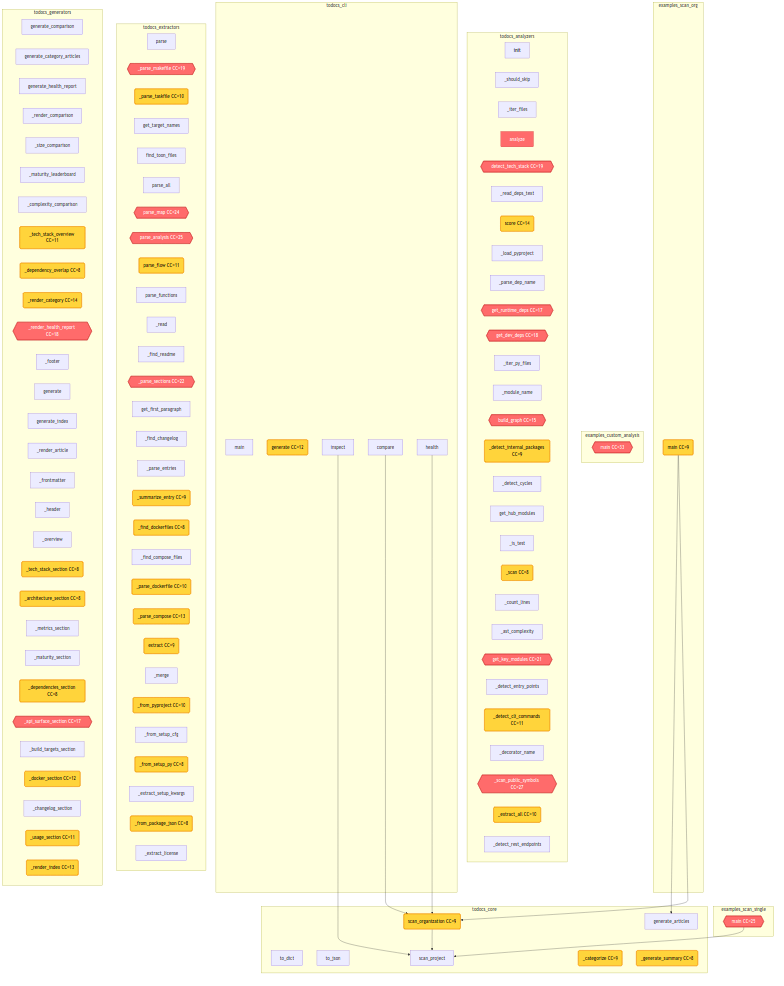
Before: project/flow.png, a diagram exported from Mermaid (wronai/todocs). Its source is kept beside it as project/flow.mmd.
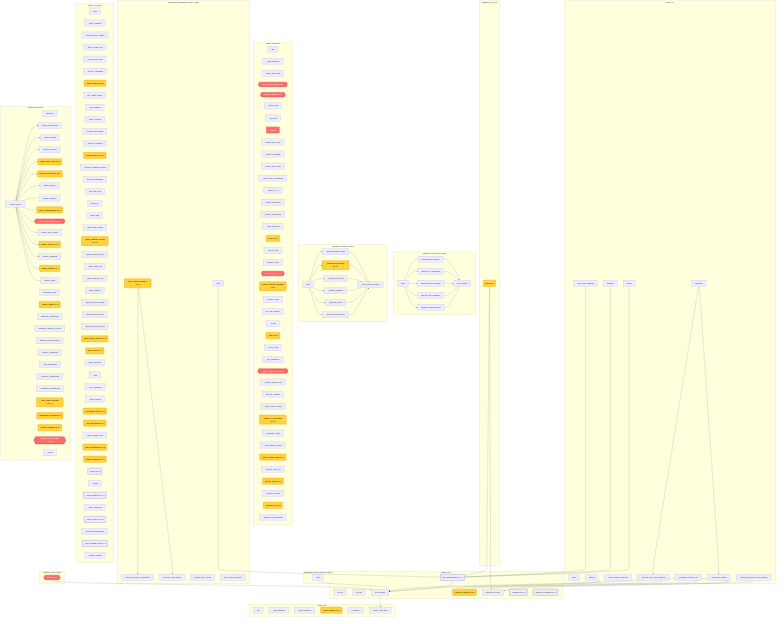
Later version of the same file.

What changed in the source:
```diff
@@ -1,6 +1,33 @@
 flowchart TD
+    subgraph examples_api_surface_deep
+        examples__api_surface_deep__print_section["print_section"]
+        examples__api_surface_deep__analyze_entry_points["analyze_entry_points"]
+        examples__api_surface_deep__analyze_cli_commands["analyze_cli_commands"]
+        examples__api_surface_deep__analyze_public_symbols["analyze_public_symbols"]
+        examples__api_surface_deep__analyze_rest_endpoints["analyze_rest_endpoints"]
+        examples__api_surface_deep__analyze_symbol_sources["analyze_symbol_sources"]
+        examples__api_surface_deep__main["main"]
+    end
+    subgraph examples_article_sections_demo
+        examples__article_sections_demo__main["main"]
+    end
     subgraph examples_custom_analysis
-        examples__custom_analysis__main{{main CC=33}}
+        examples__custom_analysis___print_section_header["_print_section_header"]
+        examples__custom_analysis___analyze_import_graph["_analyze_import_graph"]
+        examples__custom_analysis___analyze_api_surface("_analyze_api_surface CC=10")
+        examples__custom_analysis___analyze_toon_files["_analyze_toon_files"]
+        examples__custom_analysis___analyze_makefile["_analyze_makefile"]
+        examples__custom_analysis___analyze_docker["_analyze_docker"]
+        examples__custom_analysis___analyze_code_metrics["_analyze_code_metrics"]
+        examples__custom_analysis__main["main"]
+    end
+    subgraph examples_organization_health_report
+        examples__analyze_maturity_distribution["analyze_maturity_distribution"]
+        examples__analyze_code_metrics["analyze_code_metrics"]
+        examples__analyze_tech_stacks["analyze_tech_stacks"]
+        examples__find_critical_projects["find_critical_projects"]
+        examples__print_health_summary("print_health_summary CC=9")
+        examples__organization_health_report__main["main"]
     end
     subgraph examples_scan_org
         examples__scan_org__main("main CC=9")
@@ -10,18 +37,24 @@
     end
     subgraph todocs_analyzers
         todocs____init__["__init__"]
-        todocs___should_skip["_should_skip"]
-        todocs___iter_files["_iter_files"]
-        todocs__analyze["analyze"]
-        todocs__detect_tech_stack{{detect_tech_stack CC=19}}
-        todocs___read_deps_text["_read_deps_text"]
-        todocs____init__["__init__"]
-        todocs__analyzers__maturity__MaturityScorer__score("score CC=14")
-        todocs____init__["__init__"]
         todocs___load_pyproject["_load_pyproject"]
         todocs___parse_dep_name["_parse_dep_name"]
         todocs__get_runtime_deps{{get_runtime_deps CC=17}}
         todocs__get_dev_deps{{get_dev_deps CC=18}}
+        todocs____init__["__init__"]
+        todocs___should_skip["_should_skip"]
+        todocs___iter_files["_iter_files"]
+        todocs__analyze["analyze"]
+        todocs__detect_tech_stack["detect_tech_stack"]
+        todocs___detect_languages["_detect_languages"]
+        todocs___detect_build_tools["_detect_build_tools"]
+        todocs___detect_test_frameworks["_detect_test_frameworks"]
+        todocs___detect_ci_cd["_detect_ci_cd"]
+        todocs___detect_containers["_detect_containers"]
+        todocs___detect_frameworks["_detect_frameworks"]
+        todocs___read_deps_text["_read_deps_text"]
+        todocs____init__["__init__"]
+        todocs__analyzers__maturity__MaturityScorer__score("score CC=14")
         todocs____init__["__init__"]
         todocs___should_skip["_should_skip"]
         todocs___iter_py_files["_iter_py_files"]
@@ -33,24 +66,36 @@
         todocs____init__["__init__"]
         todocs___should_skip["_should_skip"]
         todocs___is_test["_is_test"]
-        todocs___scan("_scan CC=8")
+        todocs___scan("_scan CC=10")
         todocs___count_lines["_count_lines"]
         todocs__analyze{{analyze CC=16}}
         todocs___ast_complexity["_ast_complexity"]
-        todocs__get_key_modules{{get_key_modules CC=21}}
+        todocs___parse_module_ast{{_parse_module_ast CC=17}}
+        todocs___extract_module_info["_extract_module_info"]
+        todocs__get_key_modules["get_key_modules"]
         todocs____init__["__init__"]
         todocs__analyze["analyze"]
         todocs___should_skip["_should_skip"]
         todocs___detect_entry_points["_detect_entry_points"]
-        todocs___detect_cli_commands("_detect_cli_commands CC=11")
+        todocs___detect_cli_commands("_detect_cli_commands CC=13")
         todocs___decorator_name["_decorator_name"]
-        todocs___scan_public_symbols{{_scan_public_symbols CC=27}}
+        todocs___scan_public_symbols["_scan_public_symbols"]
+        todocs___collect_target_files("_collect_target_files CC=11")
+        todocs___extract_from_file["_extract_from_file"]
+        todocs___extract_class("_extract_class CC=10")
+        todocs___extract_function["_extract_function"]
         todocs___extract_all("_extract_all CC=10")
         todocs___detect_rest_endpoints["_detect_rest_endpoints"]
     end
     subgraph todocs_cli
         todocs__cli__main["main"]
-        todocs__cli__generate("generate CC=12")
+        todocs__cli__generate["generate"]
+        todocs__cli___discover_and_show_progress["_discover_and_show_progress"]
+        todocs__cli___scan_with_progress["_scan_with_progress"]
+        todocs__cli___print_project_summary["_print_project_summary"]
+        todocs__cli___generate_articles_with_progress["_generate_articles_with_progress"]
+        todocs__cli___generate_without_rich["_generate_without_rich"]
+        todocs__cli___write_json_report["_write_json_report"]
         todocs__cli__inspect["inspect"]
         todocs__cli__compare["compare"]
         todocs__cli__health["health"]
@@ -59,7 +104,8 @@
         todocs__core__ProjectProfile__to_dict["to_dict"]
         todocs__core__ProjectProfile__to_json["to_json"]
         todocs__core__scan_project["scan_project"]
-        todocs__core__scan_organization("scan_organization CC=9")
+        todocs__core___discover_projects("_discover_projects CC=8")
+        todocs__core__scan_organization("scan_organization CC=11")
         todocs__core__generate_articles["generate_articles"]
         todocs__core___categorize("_categorize CC=9")
         todocs__core___generate_summary("_generate_summary CC=8")
@@ -67,22 +113,39 @@
     subgraph todocs_extractors
         todocs____init__["__init__"]
         todocs__parse["parse"]
-        todocs___parse_makefile{{_parse_makefile CC=19}}
+        todocs___parse_makefile["_parse_makefile"]
+        todocs___collect_phony_targets["_collect_phony_targets"]
+        todocs___parse_target_line["_parse_target_line"]
+        todocs___extract_help_text["_extract_help_text"]
+        todocs___collect_commands["_collect_commands"]
         todocs___parse_taskfile("_parse_taskfile CC=10")
         todocs__get_target_names["get_target_names"]
         todocs____init__["__init__"]
+        todocs__parse["parse"]
+        todocs___find_readme["_find_readme"]
+        todocs___parse_sections["_parse_sections"]
+        todocs___extract_description["_extract_description"]
+        todocs___extract_preamble["_extract_preamble"]
+        todocs___extract_post_h1("_extract_post_h1 CC=8")
+        todocs___extract_heading_sections["_extract_heading_sections"]
+        todocs__get_first_paragraph["get_first_paragraph"]
+        todocs____init__["__init__"]
         todocs__find_toon_files["find_toon_files"]
         todocs__parse_all["parse_all"]
-        todocs__parse_map{{parse_map CC=24}}
-        todocs__parse_analysis{{parse_analysis CC=25}}
+        todocs__parse_map["parse_map"]
+        todocs___parse_map_header["_parse_map_header"]
+        todocs___parse_modules_section("_parse_modules_section CC=10")
+        todocs___parse_details_section["_parse_details_section"]
+        todocs___parse_class_line["_parse_class_line"]
+        todocs___parse_function_line["_parse_function_line"]
+        todocs__parse_analysis["parse_analysis"]
+        todocs___parse_analysis_header["_parse_analysis_header"]
+        todocs___parse_health_section["_parse_health_section"]
+        todocs___parse_refactor_section["_parse_refactor_section"]
+        todocs___parse_layers_section("_parse_layers_section CC=8")
         todocs__parse_flow("parse_flow CC=11")
         todocs__parse_functions["parse_functions"]
         todocs__extractors__toon_parser__ToonParser___read["_read"]
-        todocs____init__["__init__"]
-        todocs__parse["parse"]
-        todocs___find_readme["_find_readme"]
-        todocs___parse_sections{{_parse_sections CC=22}}
-        todocs__get_first_paragraph["get_first_paragraph"]
         todocs____init__["__init__"]
         todocs__parse["parse"]
         todocs___find_changelog["_find_changelog"]
@@ -106,6 +169,25 @@
     end
     subgraph todocs_generators
         todocs____init__["__init__"]
+        todocs__generate["generate"]
+        todocs__generate_index["generate_index"]
+        todocs___render_article["_render_article"]
+        todocs___render_index("_render_index CC=13")
+        todocs__render_frontmatter["render_frontmatter"]
+        todocs__render_header["render_header"]
+        todocs__render_overview["render_overview"]
+        todocs__render_tech_stack("render_tech_stack CC=8")
+        todocs__render_architecture("render_architecture CC=8")
+        todocs__render_metrics["render_metrics"]
+        todocs__render_maturity["render_maturity"]
+        todocs__render_dependencies("render_dependencies CC=8")
+        todocs__render_api_surface{{render_api_surface CC=17}}
+        todocs__render_build_targets["render_build_targets"]
+        todocs__render_docker("render_docker CC=12")
+        todocs__render_changelog["render_changelog"]
+        todocs__generators__article_sections__render_usage("render_usage CC=11")
+        todocs__render_footer["render_footer"]
+        todocs____init__["__init__"]
         todocs__generate_comparison["generate_comparison"]
         todocs__generate_category_articles["generate_category_articles"]
         todocs__generate_health_report["generate_health_report"]
@@ -118,35 +200,73 @@
         todocs___render_category("_render_category CC=14")
         todocs___render_health_report{{_render_health_report CC=18}}
         todocs___footer["_footer"]
-        todocs____init__["__init__"]
-        todocs__generate["generate"]
-        todocs__generate_index["generate_index"]
-        todocs___render_article["_render_article"]
-        todocs___frontmatter["_frontmatter"]
-        todocs___header["_header"]
-        todocs___overview["_overview"]
-        todocs___tech_stack_section("_tech_stack_section CC=8")
-        todocs___architecture_section("_architecture_section CC=8")
-        todocs___metrics_section["_metrics_section"]
-        todocs___maturity_section["_maturity_section"]
-        todocs___dependencies_section("_dependencies_section CC=8")
-        todocs___api_surface_section{{_api_surface_section CC=17}}
-        todocs___build_targets_section["_build_targets_section"]
-        todocs___docker_section("_docker_section CC=12")
-        todocs___changelog_section["_changelog_section"]
-        todocs___usage_section("_usage_section CC=11")
-        todocs___footer["_footer"]
-        todocs___render_index("_render_index CC=13")
     end
+    subgraph todocs_utils
+        todocs__utils__GitignoreParser____init__["__init__"]
+        todocs__utils__GitignoreParser___load_gitignore["_load_gitignore"]
+        todocs__utils__GitignoreParser___parse_patterns["_parse_patterns"]
+        todocs__utils__GitignoreParser___match_pattern("_match_pattern CC=8")
+        todocs__utils__GitignoreParser__is_ignored["is_ignored"]
+        todocs__utils__create_scan_filter["create_scan_filter"]
+    end
+    examples__scan_single__main --> todocs__core__scan_project
+    examples__article_sections_demo__main --> todocs__core__scan_project
     examples__scan_org__main --> todocs__core__scan_organization
     examples__scan_org__main --> todocs__core__generate_articles
-    examples__scan_single__main --> todocs__core__scan_project
+    examples__custom_analysis___analyze_import_graph --> examples__custom_analysis___print_section_header
+    examples__custom_analysis___analyze_api_surface --> examples__custom_analysis___print_section_header
+    examples__custom_analysis___analyze_toon_files --> examples__custom_analysis___print_section_header
+    examples__custom_analysis___analyze_makefile --> examples__custom_analysis___print_section_header
+    examples__custom_analysis___analyze_docker --> examples__custom_analysis___print_section_header
+    examples__custom_analysis___analyze_code_metrics --> examples__custom_analysis___print_section_header
+    examples__custom_analysis__main --> examples__custom_analysis___analyze_import_graph
+    examples__custom_analysis__main --> examples__custom_analysis___analyze_api_surface
+    examples__custom_analysis__main --> examples__custom_analysis___analyze_toon_files
+    examples__custom_analysis__main --> examples__custom_analysis___analyze_makefile
+    examples__custom_analysis__main --> examples__custom_analysis___analyze_docker
+    examples__custom_analysis__main --> examples__custom_analysis___analyze_code_metrics
+    examples__print_health_summary --> examples__analyze_maturity_distribution
+    examples__print_health_summary --> examples__analyze_code_metrics
+    examples__organization_health_report__main --> todocs__core__scan_organization
+    examples__api_surface_deep__analyze_entry_points --> examples__api_surface_deep__print_section
+    examples__api_surface_deep__analyze_cli_commands --> examples__api_surface_deep__print_section
+    examples__api_surface_deep__analyze_public_symbols --> examples__api_surface_deep__print_section
+    examples__api_surface_deep__analyze_rest_endpoints --> examples__api_surface_deep__print_section
+    examples__api_surface_deep__analyze_symbol_sources --> examples__api_surface_deep__print_section
+    examples__api_surface_deep__main --> examples__api_surface_deep__analyze_entry_points
+    examples__api_surface_deep__main --> examples__api_surface_deep__analyze_cli_commands
+    examples__api_surface_deep__main --> examples__api_surface_deep__analyze_public_symbols
+    examples__api_surface_deep__main --> examples__api_surface_deep__analyze_rest_endpoints
+    examples__api_surface_deep__main --> examples__api_surface_deep__analyze_symbol_sources
+    todocs__cli__generate --> todocs__cli___write_json_report
+    todocs__cli__generate --> todocs__cli___discover_and_show_progress
+    todocs__cli___discover_and_show_progress --> todocs__core___discover_projects
+    todocs__cli___scan_with_progress --> todocs__core__scan_organization
+    todocs__cli___generate_articles_with_progress --> todocs__core__generate_articles
+    todocs__cli___generate_without_rich --> todocs__core___discover_projects
+    todocs__cli___generate_without_rich --> todocs__core__generate_articles
+    todocs__cli___generate_without_rich --> todocs__core__scan_project
     todocs__cli__inspect --> todocs__core__scan_project
     todocs__cli__compare --> todocs__core__scan_organization
     todocs__cli__health --> todocs__core__scan_organization
+    todocs___render_article --> todocs__render_frontmatter
+    todocs___render_article --> todocs__render_header
+    todocs___render_article --> todocs__render_overview
+    todocs___render_article --> todocs__render_tech_stack
+    todocs___render_article --> todocs__render_architecture
+    todocs___render_article --> todocs__render_metrics
+    todocs___render_article --> todocs__render_maturity
+    todocs___render_article --> todocs__render_dependencies
+    todocs___render_article --> todocs__render_api_surface
+    todocs___render_article --> todocs__render_build_targets
+    todocs___render_article --> todocs__render_docker
+    todocs___render_article --> todocs__render_changelog
+    todocs___render_article --> todocs__generators__article_sections__render_usage
+    todocs___render_article --> todocs__render_footer
+    todocs__core__scan_project --> todocs__utils__create_scan_filter
     todocs__core__scan_organization --> todocs__core__scan_project
 
     classDef highCC fill:#ff6b6b,stroke:#c92a2a,color:#fff
     classDef medCC fill:#ffd43b,stroke:#f08c00,color:#000
-    class examples__scan_single__main,examples__custom_analysis__main,todocs___parse_makefile,todocs__parse_map,todocs__parse_analysis,todocs___parse_sections,todocs___render_health_report,todocs___api_surface_section,todocs__detect_tech_stack,todocs__get_runtime_deps,todocs__get_dev_deps,todocs__build_graph,todocs__analyze,todocs__get_key_modules,todocs___scan_public_symbols highCC
-    class examples__scan_org__main,todocs__cli__generate,todocs___parse_taskfile,todocs__parse_flow,todocs___summarize_entry,todocs___find_dockerfiles,todocs___parse_dockerfile,todocs___parse_compose,todocs___tech_stack_overview,todocs___dependency_overlap,todocs___render_category,todocs___tech_stack_section,todocs___architecture_section,todocs___dependencies_section,todocs___docker_section,todocs___usage_section,todocs___render_index,todocs__analyzers__maturity__MaturityScorer__score,todocs___detect_internal_packages,todocs___scan,todocs___detect_cli_commands,todocs___extract_all,todocs__core__scan_organization,todocs__core___categorize,todocs__core___generate_summary,todocs__extract,todocs___from_pyproject,todocs___from_setup_py,todocs___from_package_json medCC
+    class examples__scan_single__main,todocs__render_api_surface,todocs___render_health_report,todocs__get_runtime_deps,todocs__get_dev_deps,todocs__build_graph,todocs__analyze,todocs___parse_module_ast highCC
+    class examples__scan_org__main,examples__custom_analysis___analyze_api_surface,examples__print_health_summary,todocs___parse_taskfile,todocs___extract_post_h1,todocs___parse_modules_section,todocs___parse_layers_section,todocs__parse_flow,todocs___summarize_entry,todocs___find_dockerfiles,todocs___parse_dockerfile,todocs___parse_compose,todocs___render_index,todocs__render_tech_stack,todocs__render_architecture,todocs__render_dependencies,todocs__render_docker,todocs__generators__article_sections__render_usage,todocs__utils__GitignoreParser___match_pattern,todocs___tech_stack_overview,todocs___dependency_overlap,todocs___render_category,todocs__analyzers__maturity__MaturityScorer__score,todocs___detect_internal_packages,todocs___scan,todocs___detect_cli_commands,todocs___collect_target_files,todocs___extract_class,todocs___extract_all,todocs__core___discover_projects medCC
```
